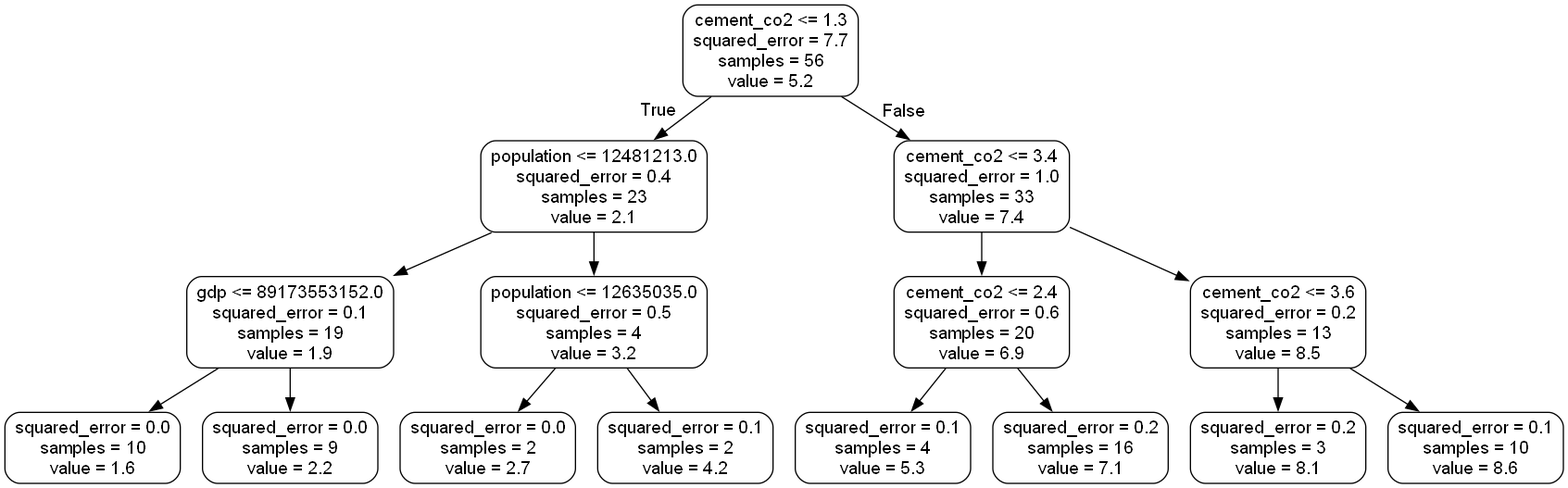
Above: small_tree.png in L-dos-Santos/final-project (Graphviz), before the change. Its source is kept beside it as small_tree.dot.
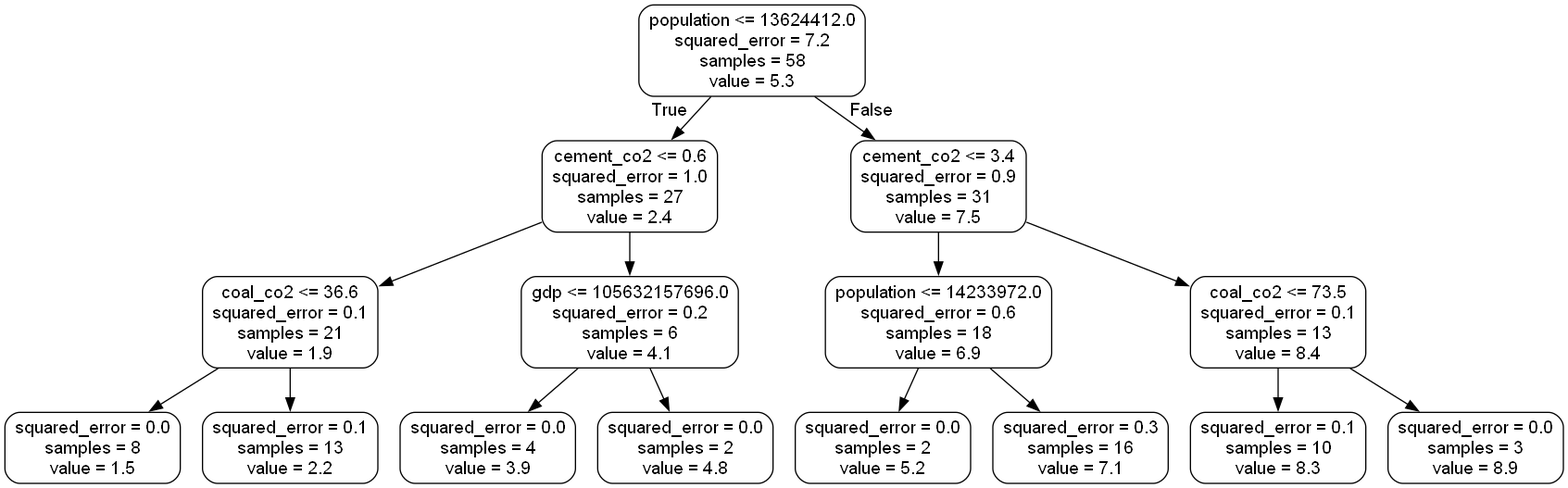
Later version of the same file.

What changed in the source:
```diff
@@ -1,33 +1,33 @@
 digraph Tree {
 node [shape=box, style="rounded", color="black", fontname="helvetica"] ;
 edge [fontname="helvetica"] ;
-0 [label="cement_co2 <= 1.3\nsquared_error = 7.7\nsamples = 56\nvalue = 5.2"] ;
-1 [label="population <= 12481213.0\nsquared_error = 0.4\nsamples = 23\nvalue = 2.1"] ;
+0 [label="population <= 13624412.0\nsquared_error = 7.2\nsamples = 58\nvalue = 5.3"] ;
+1 [label="cement_co2 <= 0.6\nsquared_error = 1.0\nsamples = 27\nvalue = 2.4"] ;
 0 -> 1 [labeldistance=2.5, labelangle=45, headlabel="True"] ;
-2 [label="gdp <= 89173553152.0\nsquared_error = 0.1\nsamples = 19\nvalue = 1.9"] ;
+2 [label="coal_co2 <= 36.6\nsquared_error = 0.1\nsamples = 21\nvalue = 1.9"] ;
 1 -> 2 ;
-3 [label="squared_error = 0.0\nsamples = 10\nvalue = 1.6"] ;
+3 [label="squared_error = 0.0\nsamples = 8\nvalue = 1.5"] ;
 2 -> 3 ;
-4 [label="squared_error = 0.0\nsamples = 9\nvalue = 2.2"] ;
+4 [label="squared_error = 0.1\nsamples = 13\nvalue = 2.2"] ;
 2 -> 4 ;
-5 [label="population <= 12635035.0\nsquared_error = 0.5\nsamples = 4\nvalue = 3.2"] ;
+5 [label="gdp <= 105632157696.0\nsquared_error = 0.2\nsamples = 6\nvalue = 4.1"] ;
 1 -> 5 ;
-6 [label="squared_error = 0.0\nsamples = 2\nvalue = 2.7"] ;
+6 [label="squared_error = 0.0\nsamples = 4\nvalue = 3.9"] ;
 5 -> 6 ;
-7 [label="squared_error = 0.1\nsamples = 2\nvalue = 4.2"] ;
+7 [label="squared_error = 0.0\nsamples = 2\nvalue = 4.8"] ;
 5 -> 7 ;
-8 [label="cement_co2 <= 3.4\nsquared_error = 1.0\nsamples = 33\nvalue = 7.4"] ;
+8 [label="cement_co2 <= 3.4\nsquared_error = 0.9\nsamples = 31\nvalue = 7.5"] ;
 0 -> 8 [labeldistance=2.5, labelangle=-45, headlabel="False"] ;
-9 [label="cement_co2 <= 2.4\nsquared_error = 0.6\nsamples = 20\nvalue = 6.9"] ;
+9 [label="population <= 14233972.0\nsquared_error = 0.6\nsamples = 18\nvalue = 6.9"] ;
 8 -> 9 ;
-10 [label="squared_error = 0.1\nsamples = 4\nvalue = 5.3"] ;
+10 [label="squared_error = 0.0\nsamples = 2\nvalue = 5.2"] ;
 9 -> 10 ;
-11 [label="squared_error = 0.2\nsamples = 16\nvalue = 7.1"] ;
+11 [label="squared_error = 0.3\nsamples = 16\nvalue = 7.1"] ;
 9 -> 11 ;
-12 [label="cement_co2 <= 3.6\nsquared_error = 0.2\nsamples = 13\nvalue = 8.5"] ;
+12 [label="coal_co2 <= 73.5\nsquared_error = 0.1\nsamples = 13\nvalue = 8.4"] ;
 8 -> 12 ;
-13 [label="squared_error = 0.2\nsamples = 3\nvalue = 8.1"] ;
+13 [label="squared_error = 0.1\nsamples = 10\nvalue = 8.3"] ;
 12 -> 13 ;
-14 [label="squared_error = 0.1\nsamples = 10\nvalue = 8.6"] ;
+14 [label="squared_error = 0.0\nsamples = 3\nvalue = 8.9"] ;
 12 -> 14 ;
 }
```
